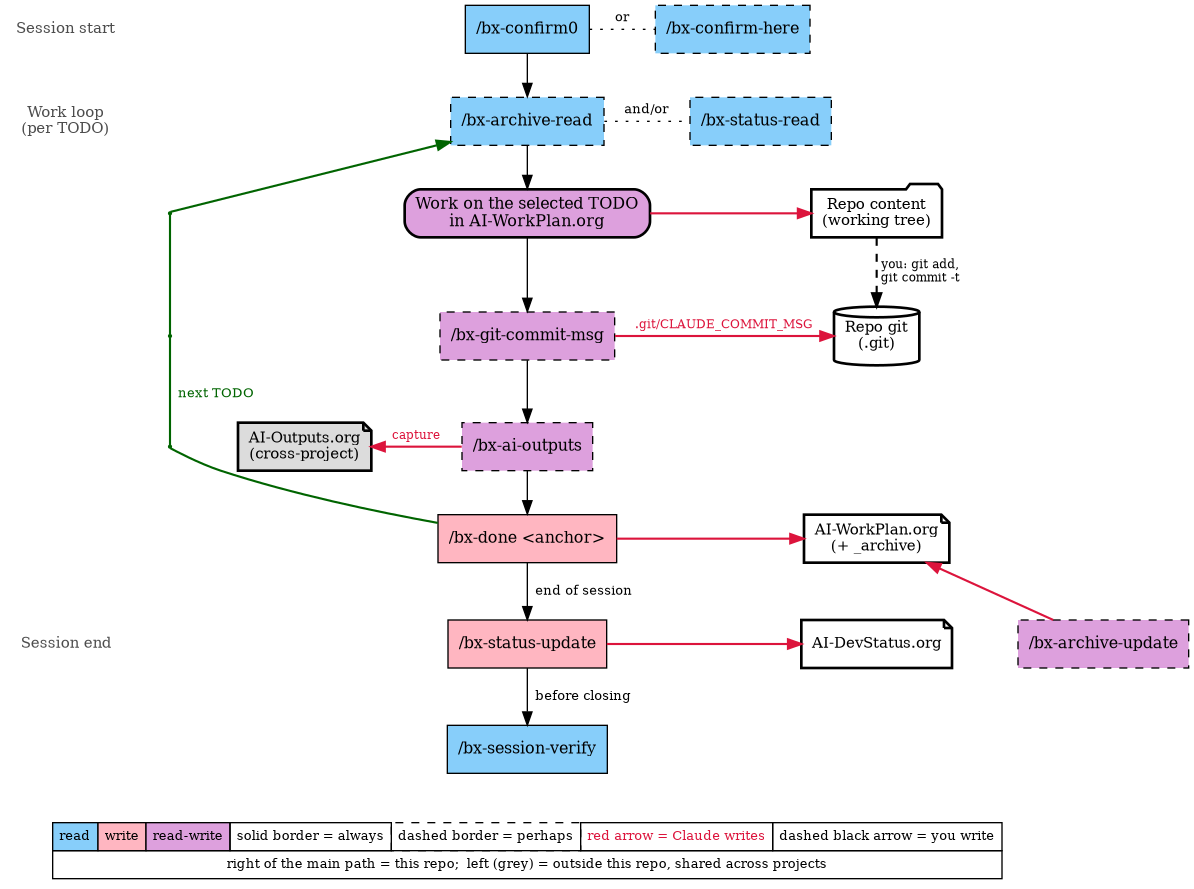
Earlier version of the Graphviz export py3/images/aiUsageWorkflow.png (bisos-pip/aiActivity). Its source is kept beside it as py3/images/aiUsageWorkflow.gv.
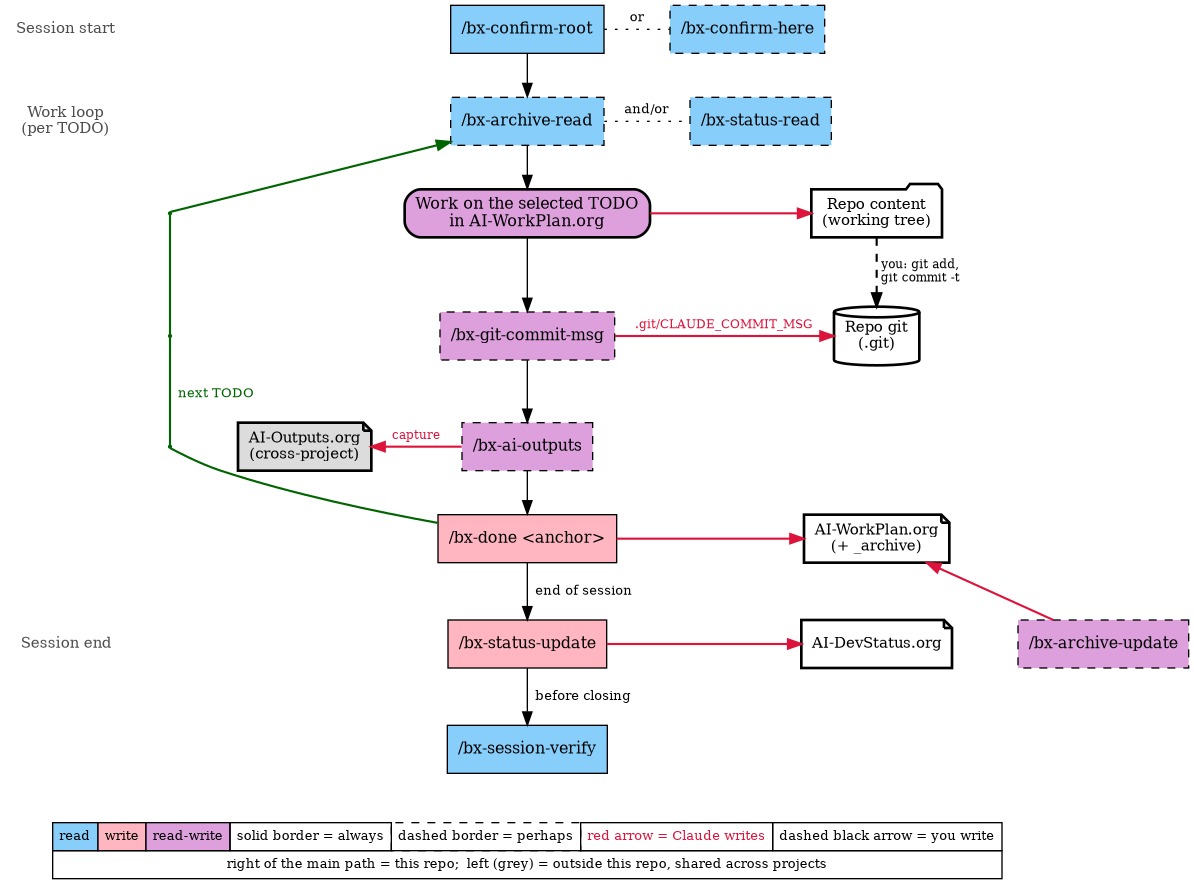
The same diagram one commit later.

Diff of the diagram source:
```diff
@@ -20,7 +20,7 @@
 	{
 		rank=same
 		lyr_start
-		confirm0 [label="/bx-confirm0" fillcolor=lightskyblue group=spine shape=rectangle style=filled]
+		confirmRoot [label="/bx-confirm-root" fillcolor=lightskyblue group=spine shape=rectangle style=filled]
 		confirmHere [label="/bx-confirm-here" fillcolor=lightskyblue shape=rectangle style="filled,dashed"]
 	}
 	{
@@ -91,7 +91,7 @@
 	done -> subjWorkPlan [arrowhead=normal color=crimson penwidth=1.6]
 	archive -> subjWorkPlan [arrowhead=normal color=crimson constraint=false penwidth=1.6]
 	updateStatus -> subjDevStatus [arrowhead=normal color=crimson penwidth=1.6]
-	confirm0 -> importArchive
+	confirmRoot -> importArchive
 	importArchive -> work
 	work -> commitMsg
 	commitMsg -> aiOutputs
@@ -102,7 +102,7 @@
 	loopVia2 -> loopVia3 [color=darkgreen dir=none penwidth=1.6]
 	loopVia3 -> loopVia4 [label="  next TODO  " color=darkgreen dir=none fontcolor=darkgreen fontsize=10 penwidth=1.6]
 	loopVia4 -> done [color=darkgreen dir=none penwidth=1.6]
-	confirm0 -> confirmHere [label=" or " arrowhead=none fontsize=10 style=dotted]
+	confirmRoot -> confirmHere [label=" or " arrowhead=none fontsize=10 style=dotted]
 	importArchive -> statusRead [label=" and/or " arrowhead=none fontsize=10 style=dotted]
 	legend [label=<<TABLE BORDER="0" CELLBORDER="1" CELLSPACING="0" CELLPADDING="4"><TR><TD BGCOLOR="lightskyblue">read</TD><TD BGCOLOR="lightpink">write</TD><TD BGCOLOR="plum">read-write</TD><TD>solid border = always</TD><TD STYLE="dashed">dashed border = perhaps</TD><TD><FONT COLOR="crimson">red arrow = Claude writes</FONT></TD><TD>dashed black arrow = you write</TD></TR><TR><TD COLSPAN="7">right of the main path = this repo;  left (grey) = outside this repo, shared across projects</TD></TR></TABLE>> fontsize=10 shape=plaintext]
 	sessionVerify -> legend [style=invis]
```
